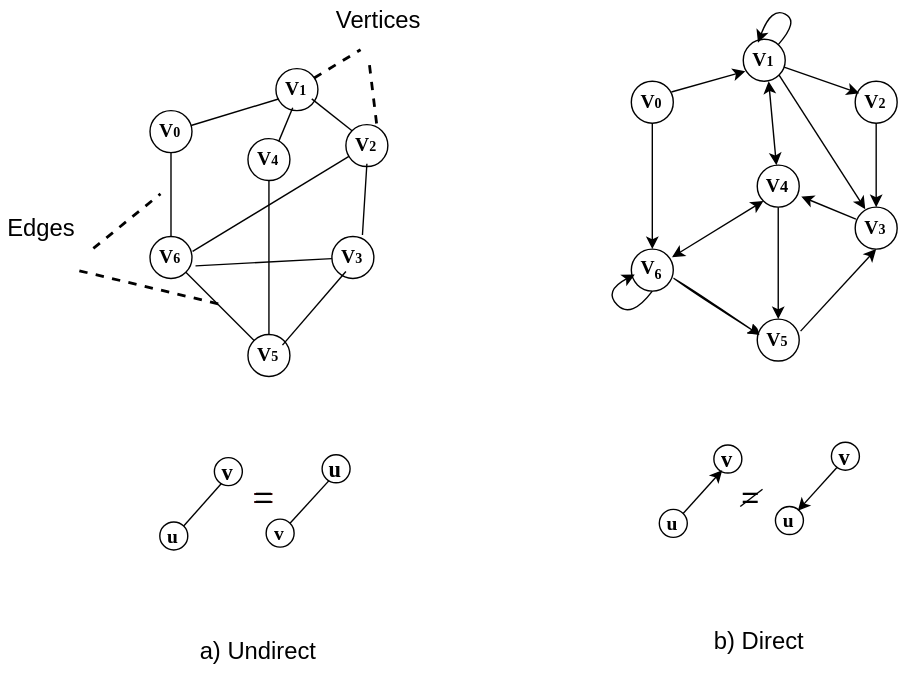
Before: docs-src/modules/ROOT/assets/images/section_9/Fig9_1_exampleGraph.svg, a diagram exported from draw.io (ISA-1941/DrakonJs-Docs). Source tidied: cells renumbered, new cells last; positions are measured from the earlier drawing's top-left corner, leaving out a move shared by most shapes.
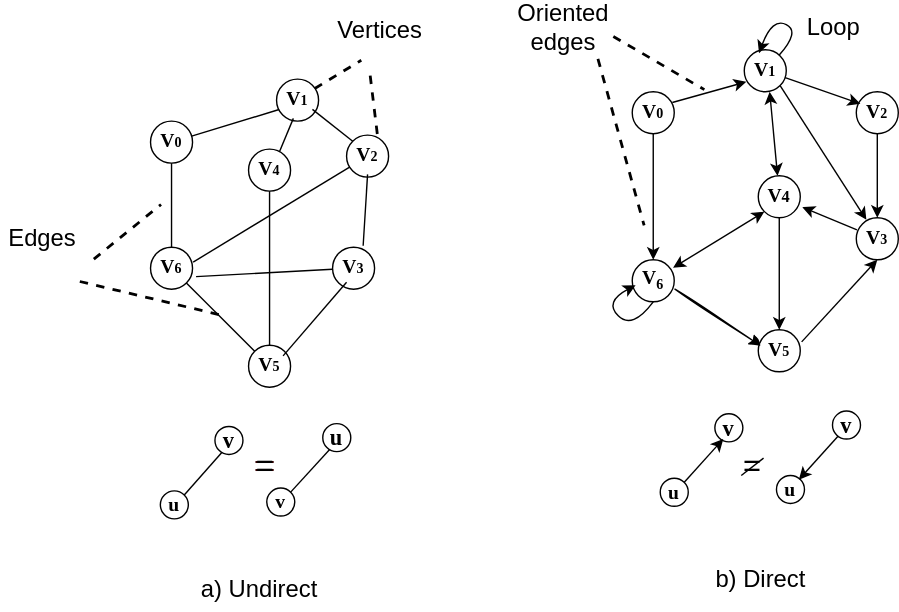
The same file after the commit.

What changed in the source:
```diff
@@ -156,65 +156,65 @@
       </mxGeometry>
     </mxCell>
     <mxCell id="43" value="&lt;font face=&quot;Times New Roman&quot;&gt;&lt;span&gt;&lt;b&gt;u&lt;/b&gt;&lt;/span&gt;&lt;/font&gt;" style="ellipse;whiteSpace=wrap;html=1;hachureGap=4;fontFamily=Architects Daughter;fontSource=https%3A%2F%2Ffonts.googleapis.com%2Fcss%3Ffamily%3DArchitects%2BDaughter;labelBackgroundColor=none;fontSize=14;" parent="1" vertex="1">
-      <mxGeometry x="114" y="373" width="20" height="20" as="geometry" />
+      <mxGeometry x="114" y="343" width="20" height="20" as="geometry" />
     </mxCell>
     <mxCell id="44" style="endArrow=none;html=1;rounded=0;hachureGap=4;fontFamily=Architects Daughter;fontSource=https%3A%2F%2Ffonts.googleapis.com%2Fcss%3Ffamily%3DArchitects%2BDaughter;fontColor=default;exitX=1;exitY=0;exitDx=0;exitDy=0;labelBackgroundColor=none;" parent="1" edge="1" source="43">
       <mxGeometry relative="1" as="geometry">
-        <mxPoint x="162" y="341" as="targetPoint" />
+        <mxPoint x="162" y="311" as="targetPoint" />
       </mxGeometry>
     </mxCell>
     <mxCell id="45" value="&lt;font style=&quot;font-size: 16px;&quot; face=&quot;Times New Roman&quot;&gt;&lt;b style=&quot;&quot;&gt;v&lt;/b&gt;&lt;/font&gt;" style="ellipse;whiteSpace=wrap;html=1;hachureGap=4;fontFamily=Architects Daughter;fontSource=https%3A%2F%2Ffonts.googleapis.com%2Fcss%3Ffamily%3DArchitects%2BDaughter;labelBackgroundColor=none;" parent="1" vertex="1">
-      <mxGeometry x="153" y="327" width="20" height="20" as="geometry" />
+      <mxGeometry x="153" y="297" width="20" height="20" as="geometry" />
     </mxCell>
     <mxCell id="46" value="&lt;font face=&quot;Times New Roman&quot;&gt;&lt;b&gt;v&lt;/b&gt;&lt;/font&gt;" style="ellipse;whiteSpace=wrap;html=1;hachureGap=4;fontFamily=Architects Daughter;fontSource=https%3A%2F%2Ffonts.googleapis.com%2Fcss%3Ffamily%3DArchitects%2BDaughter;labelBackgroundColor=none;fontSize=14;" parent="1" vertex="1">
-      <mxGeometry x="190" y="371" width="20" height="20" as="geometry" />
+      <mxGeometry x="190" y="341" width="20" height="20" as="geometry" />
     </mxCell>
     <mxCell id="47" style="endArrow=none;html=1;rounded=0;hachureGap=4;fontFamily=Architects Daughter;fontSource=https%3A%2F%2Ffonts.googleapis.com%2Fcss%3Ffamily%3DArchitects%2BDaughter;fontColor=default;exitX=1;exitY=0;exitDx=0;exitDy=0;labelBackgroundColor=none;" parent="1" edge="1" source="46">
       <mxGeometry relative="1" as="geometry">
-        <mxPoint x="239" y="339" as="targetPoint" />
+        <mxPoint x="239" y="309" as="targetPoint" />
       </mxGeometry>
     </mxCell>
     <mxCell id="48" value="&lt;font face=&quot;Times New Roman&quot;&gt;&lt;span style=&quot;font-size: 16px;&quot;&gt;&lt;b&gt;u&lt;/b&gt;&lt;/span&gt;&lt;/font&gt;" style="ellipse;whiteSpace=wrap;html=1;hachureGap=4;fontFamily=Architects Daughter;fontSource=https%3A%2F%2Ffonts.googleapis.com%2Fcss%3Ffamily%3DArchitects%2BDaughter;labelBackgroundColor=none;" parent="1" vertex="1">
-      <mxGeometry x="230" y="325" width="20" height="20" as="geometry" />
+      <mxGeometry x="230" y="295" width="20" height="20" as="geometry" />
     </mxCell>
     <mxCell id="49" value="&lt;font face=&quot;Times New Roman&quot; style=&quot;color: rgb(51, 0, 0); font-size: 28px;&quot;&gt;=&lt;/font&gt;" style="text;html=1;align=center;verticalAlign=middle;whiteSpace=wrap;rounded=0;fontFamily=Architects Daughter;fontSource=https%3A%2F%2Ffonts.googleapis.com%2Fcss%3Ffamily%3DArchitects%2BDaughter;labelBackgroundColor=none;" parent="1" vertex="1">
-      <mxGeometry x="159" y="341" width="60" height="30" as="geometry" />
+      <mxGeometry x="159" y="311" width="60" height="30" as="geometry" />
     </mxCell>
     <mxCell id="50" value="&lt;font face=&quot;Times New Roman&quot;&gt;&lt;span&gt;&lt;b&gt;u&lt;/b&gt;&lt;/span&gt;&lt;/font&gt;" style="ellipse;whiteSpace=wrap;html=1;hachureGap=4;fontFamily=Architects Daughter;fontSource=https%3A%2F%2Ffonts.googleapis.com%2Fcss%3Ffamily%3DArchitects%2BDaughter;labelBackgroundColor=none;fontSize=14;" parent="1" vertex="1">
-      <mxGeometry x="471" y="364" width="20" height="20" as="geometry" />
+      <mxGeometry x="471" y="334" width="20" height="20" as="geometry" />
     </mxCell>
     <mxCell id="51" value="&lt;font style=&quot;font-size: 16px;&quot; face=&quot;Times New Roman&quot;&gt;&lt;b style=&quot;&quot;&gt;v&lt;/b&gt;&lt;/font&gt;" style="ellipse;whiteSpace=wrap;html=1;hachureGap=4;fontFamily=Architects Daughter;fontSource=https%3A%2F%2Ffonts.googleapis.com%2Fcss%3Ffamily%3DArchitects%2BDaughter;labelBackgroundColor=none;" parent="1" vertex="1">
-      <mxGeometry x="510" y="318" width="20" height="20" as="geometry" />
+      <mxGeometry x="510" y="288" width="20" height="20" as="geometry" />
     </mxCell>
     <mxCell id="52" value="&lt;font face=&quot;Times New Roman&quot;&gt;&lt;b&gt;u&lt;/b&gt;&lt;/font&gt;" style="ellipse;whiteSpace=wrap;html=1;hachureGap=4;fontFamily=Architects Daughter;fontSource=https%3A%2F%2Ffonts.googleapis.com%2Fcss%3Ffamily%3DArchitects%2BDaughter;labelBackgroundColor=none;fontSize=14;" parent="1" vertex="1">
-      <mxGeometry x="554" y="362" width="20" height="20" as="geometry" />
+      <mxGeometry x="554" y="332" width="20" height="20" as="geometry" />
     </mxCell>
     <mxCell id="53" value="&lt;font face=&quot;Times New Roman&quot;&gt;&lt;span style=&quot;font-size: 16px;&quot;&gt;&lt;b&gt;v&lt;/b&gt;&lt;/span&gt;&lt;/font&gt;" style="ellipse;whiteSpace=wrap;html=1;hachureGap=4;fontFamily=Architects Daughter;fontSource=https%3A%2F%2Ffonts.googleapis.com%2Fcss%3Ffamily%3DArchitects%2BDaughter;labelBackgroundColor=none;" parent="1" vertex="1">
-      <mxGeometry x="594" y="316" width="20" height="20" as="geometry" />
+      <mxGeometry x="594" y="286" width="20" height="20" as="geometry" />
     </mxCell>
     <mxCell id="54" style="endArrow=classic;html=1;rounded=0;hachureGap=4;fontFamily=Architects Daughter;fontSource=https%3A%2F%2Ffonts.googleapis.com%2Fcss%3Ffamily%3DArchitects%2BDaughter;labelBackgroundColor=none;fontColor=default;" parent="1" edge="1">
       <mxGeometry relative="1" as="geometry">
-        <mxPoint x="488" y="367" as="sourcePoint" />
-        <mxPoint x="516" y="336" as="targetPoint" />
+        <mxPoint x="488" y="337" as="sourcePoint" />
+        <mxPoint x="516" y="306" as="targetPoint" />
       </mxGeometry>
     </mxCell>
     <mxCell id="55" style="endArrow=classic;html=1;rounded=0;hachureGap=4;fontFamily=Architects Daughter;fontSource=https%3A%2F%2Ffonts.googleapis.com%2Fcss%3Ffamily%3DArchitects%2BDaughter;exitX=0;exitY=1;exitDx=0;exitDy=0;labelBackgroundColor=none;fontColor=default;" parent="1" edge="1">
       <mxGeometry relative="1" as="geometry">
-        <mxPoint x="597.9" y="334.1" as="sourcePoint" />
-        <mxPoint x="570" y="365" as="targetPoint" />
+        <mxPoint x="597.9" y="304.1" as="sourcePoint" />
+        <mxPoint x="570" y="335" as="targetPoint" />
       </mxGeometry>
     </mxCell>
     <mxCell id="56" style="endArrow=none;html=1;rounded=0;hachureGap=4;fontFamily=Architects Daughter;fontSource=https%3A%2F%2Ffonts.googleapis.com%2Fcss%3Ffamily%3DArchitects%2BDaughter;labelBackgroundColor=none;fontColor=default;fontSize=18;" parent="1" edge="1">
       <mxGeometry relative="1" as="geometry">
-        <mxPoint x="544.8" y="349.6" as="sourcePoint" />
-        <mxPoint x="528.9" y="362" as="targetPoint" />
+        <mxPoint x="544.8" y="319.6" as="sourcePoint" />
+        <mxPoint x="528.9" y="332" as="targetPoint" />
       </mxGeometry>
     </mxCell>
     <mxCell id="57" value="&lt;font style=&quot;font-size: 17px;&quot;&gt;a) Undirect&lt;/font&gt;" style="text;html=1;whiteSpace=wrap;strokeColor=none;fillColor=none;align=center;verticalAlign=middle;rounded=0;" parent="1" vertex="1">
-      <mxGeometry x="133" y="451" width="104" height="30" as="geometry" />
+      <mxGeometry x="133" y="399" width="104" height="30" as="geometry" />
     </mxCell>
     <mxCell id="58" value="&lt;font style=&quot;font-size: 17px;&quot;&gt;b) Direct&lt;/font&gt;" style="text;html=1;whiteSpace=wrap;strokeColor=none;fillColor=none;align=center;verticalAlign=middle;rounded=0;" parent="1" vertex="1">
-      <mxGeometry x="491" y="444" width="104" height="30" as="geometry" />
+      <mxGeometry x="491" y="392" width="104" height="30" as="geometry" />
     </mxCell>
     <mxCell id="59" value="&lt;font style=&quot;font-size: 17px;&quot;&gt;Edges&lt;/font&gt;" style="text;html=1;whiteSpace=wrap;strokeColor=none;fillColor=none;align=center;verticalAlign=middle;rounded=0;" parent="1" vertex="1">
       <mxGeometry y="149" width="60" height="30" as="geometry" />
@@ -223,10 +223,28 @@
       <mxGeometry x="241" width="60" height="30" as="geometry" />
     </mxCell>
     <mxCell id="61" value="&lt;font style=&quot;font-size: 22px;&quot;&gt;=&lt;/font&gt;" style="text;html=1;whiteSpace=wrap;strokeColor=none;fillColor=none;align=center;verticalAlign=middle;rounded=0;" parent="1" vertex="1">
-      <mxGeometry x="159" y="341" width="60" height="30" as="geometry" />
+      <mxGeometry x="159" y="311" width="60" height="30" as="geometry" />
     </mxCell>
     <mxCell id="62" value="&lt;font style=&quot;font-size: 22px;&quot;&gt;=&lt;/font&gt;" style="text;html=1;whiteSpace=wrap;strokeColor=none;fillColor=none;align=center;verticalAlign=middle;rounded=0;" parent="1" vertex="1">
-      <mxGeometry x="507" y="341" width="60" height="30" as="geometry" />
+      <mxGeometry x="507" y="311" width="60" height="30" as="geometry" />
     </mxCell>
+    <mxCell id="63" style="endArrow=none;html=1;rounded=0;hachureGap=4;fontFamily=Architects Daughter;fontSource=https://fonts.googleapis.com/css?family=Architects+Daughter;dashed=1;strokeWidth=2;labelBackgroundColor=none;fontColor=default;" parent="1" edge="1">
+      <mxGeometry relative="1" as="geometry">
+        <mxPoint x="427" y="35" as="sourcePoint" />
+        <mxPoint x="460" y="154" as="targetPoint" />
+      </mxGeometry>
+    </mxCell>
+    <mxCell id="64" style="endArrow=none;html=1;rounded=0;hachureGap=4;fontFamily=Architects Daughter;fontSource=https://fonts.googleapis.com/css?family=Architects+Daughter;dashed=1;strokeWidth=2;labelBackgroundColor=none;fontColor=default;" parent="1" edge="1">
+      <mxGeometry relative="1" as="geometry">
+        <mxPoint x="438" y="19" as="sourcePoint" />
+        <mxPoint x="503" y="57" as="targetPoint" />
+      </mxGeometry>
+    </mxCell>
+    <mxCell id="65" value="&lt;font style=&quot;font-size: 17px;&quot;&gt;Oriented edges&lt;/font&gt;" style="text;html=1;whiteSpace=wrap;strokeColor=none;fillColor=none;align=center;verticalAlign=middle;rounded=0;" parent="1" vertex="1">
+      <mxGeometry x="372" y="-2" width="60" height="30" as="geometry" />
+    </mxCell>
+    <mxCell id="66" value="&lt;font style=&quot;font-size: 17px;&quot;&gt;Loop&lt;/font&gt;" style="text;html=1;whiteSpace=wrap;strokeColor=none;fillColor=none;align=center;verticalAlign=middle;rounded=0;" parent="1" vertex="1">
+      <mxGeometry x="565" y="-2" width="60" height="30" as="geometry" />
+    </mxCell>
   </root>
 </mxGraphModel>
```
